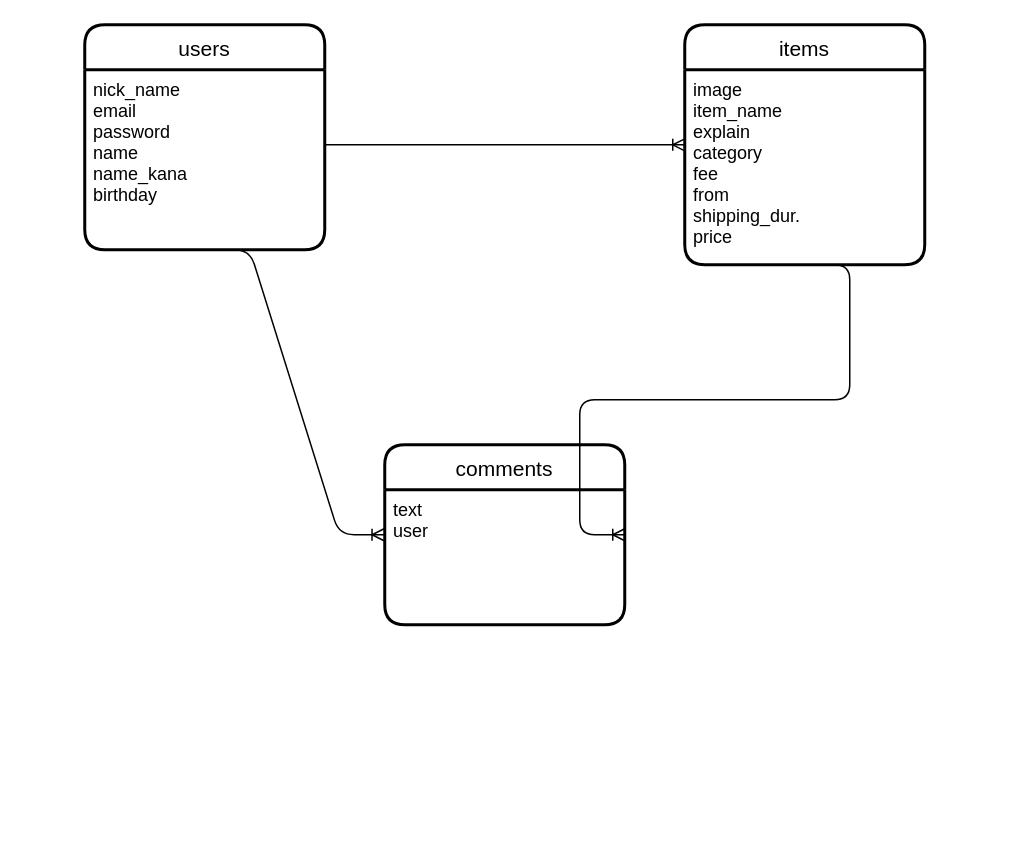
Before: ERmap.drawio in MITSURUYAMAZAKI/furima-33064, a draw.io diagram. Source tidied: cells renumbered, new cells numbered last; positions are measured from the earlier drawing's top-left corner, leaving out a move shared by most shapes. Both pictures are drawn from the tidied source at 150%, with x=0, y=0 at pixel (84, 24).
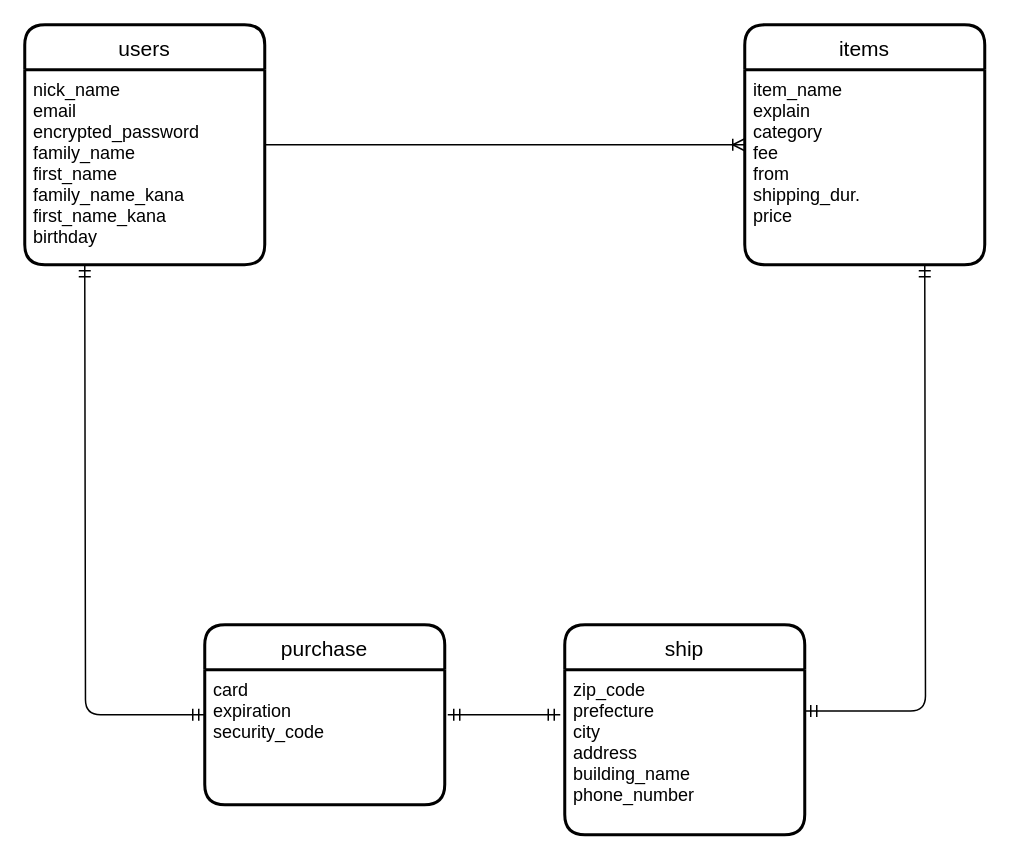
The same diagram, later.

Commit message (it also covers changes not shown here):
データーベース修正

Diff of the diagram source:
```diff
@@
 <mxGraphModel>
   <root>
     <mxCell id="0" />
     <mxCell id="1" parent="0" />
     <mxCell id="2" value="users" style="swimlane;horizontal=1;startSize=30;rounded=1;fontSize=14;fontStyle=0;strokeWidth=2;shadow=0;dashed=0;align=center;fillColor=none;gradientColor=none;" parent="1" vertex="1">
-      <mxGeometry width="160" height="150" as="geometry" />
+      <mxGeometry x="-40" width="160" height="160" as="geometry" />
     </mxCell>
-    <mxCell id="3" value="nick_name&#10;email&#10;password&#10;name&#10;name_kana&#10;birthday" style="align=left;strokeColor=none;fillColor=none;spacingLeft=4;fontSize=12;verticalAlign=top;" parent="2" vertex="1">
-      <mxGeometry y="30" width="160" height="120" as="geometry" />
+    <mxCell id="3" value="nick_name&#10;email&#10;encrypted_password&#10;family_name&#10;first_name&#10;family_name_kana&#10;first_name_kana&#10;birthday" style="align=left;strokeColor=none;fillColor=none;spacingLeft=4;fontSize=12;verticalAlign=top;" parent="2" vertex="1">
+      <mxGeometry y="30" width="160" height="130" as="geometry" />
     </mxCell>
-    <mxCell id="4" style="edgeStyle=entityRelationEdgeStyle;fontSize=12;html=1;endArrow=ERoneToMany;entryX=-0.003;entryY=0.333;entryDx=0;entryDy=0;entryPerimeter=0;" parent="2" edge="1" target="6">
-      <mxGeometry relative="1" as="geometry">
-        <mxPoint x="80" y="150" as="sourcePoint" />
-      </mxGeometry>
-    </mxCell>
-    <mxCell id="5" value="comments" style="swimlane;horizontal=1;startSize=30;rounded=1;fontSize=14;fontStyle=0;strokeWidth=2;shadow=0;dashed=0;align=center;fillColor=none;gradientColor=none;" parent="1" vertex="1">
-      <mxGeometry x="200" y="280" width="160" height="120" as="geometry" />
-    </mxCell>
-    <mxCell id="6" value="text&#10;user" style="align=left;strokeColor=none;fillColor=none;spacingLeft=4;fontSize=12;verticalAlign=top;" parent="5" vertex="1">
-      <mxGeometry y="30" width="160" height="90" as="geometry" />
-    </mxCell>
     <mxCell id="7" value="items" style="swimlane;horizontal=1;startSize=30;rounded=1;fontSize=14;fontStyle=0;strokeWidth=2;shadow=0;dashed=0;align=center;fillColor=none;gradientColor=none;" parent="1" vertex="1">
-      <mxGeometry x="400" width="160" height="160" as="geometry" />
+      <mxGeometry x="440" width="160" height="160" as="geometry" />
     </mxCell>
-    <mxCell id="8" value="image&#10;item_name&#10;explain&#10;category&#10;fee&#10;from&#10;shipping_dur.&#10;price" style="align=left;strokeColor=none;fillColor=none;spacingLeft=4;fontSize=12;verticalAlign=top;" parent="7" vertex="1">
+    <mxCell id="8" value="item_name&#10;explain&#10;category&#10;fee&#10;from&#10;shipping_dur.&#10;price" style="align=left;strokeColor=none;fillColor=none;spacingLeft=4;fontSize=12;verticalAlign=top;" parent="7" vertex="1">
       <mxGeometry y="30" width="160" height="130" as="geometry" />
     </mxCell>
-    <mxCell id="9" style="edgeStyle=entityRelationEdgeStyle;fontSize=12;html=1;endArrow=ERoneToMany;entryX=0;entryY=0.385;entryDx=0;entryDy=0;entryPerimeter=0;" parent="1" edge="1" target="8">
-      <mxGeometry relative="1" as="geometry">
-        <mxPoint x="160" y="80" as="sourcePoint" />
-      </mxGeometry>
-    </mxCell>
-    <mxCell id="10" style="edgeStyle=entityRelationEdgeStyle;fontSize=12;html=1;endArrow=ERoneToMany;exitX=0.5;exitY=1;exitDx=0;exitDy=0;" parent="1" edge="1" source="8">
-      <mxGeometry relative="1" as="geometry">
-        <mxPoint x="360" y="340" as="targetPoint" />
-      </mxGeometry>
-    </mxCell>
+    <mxCell id="11" value="purchase" style="swimlane;horizontal=1;startSize=30;rounded=1;fontSize=14;fontStyle=0;strokeWidth=2;shadow=0;dashed=0;align=center;" parent="1" vertex="1">
+      <mxGeometry x="80" y="400" width="160" height="120" as="geometry" />
+    </mxCell>
+    <mxCell id="12" value="card&#10;expiration&#10;security_code" style="align=left;strokeColor=none;fillColor=none;spacingLeft=4;fontSize=12;verticalAlign=top;" parent="11" vertex="1">
+      <mxGeometry y="30" width="160" height="90" as="geometry" />
+    </mxCell>
+    <mxCell id="13" value="ship" style="swimlane;horizontal=1;startSize=30;rounded=1;fontSize=14;fontStyle=0;strokeWidth=2;shadow=0;dashed=0;align=center;" parent="1" vertex="1">
+      <mxGeometry x="320" y="400" width="160" height="140" as="geometry" />
+    </mxCell>
+    <mxCell id="14" value="zip_code&#10;prefecture&#10;city&#10;address&#10;building_name&#10;phone_number" style="align=left;strokeColor=none;fillColor=none;spacingLeft=4;fontSize=12;verticalAlign=top;" parent="13" vertex="1">
+      <mxGeometry y="30" width="160" height="110" as="geometry" />
+    </mxCell>
+    <mxCell id="15" style="edgeStyle=entityRelationEdgeStyle;fontSize=12;html=1;endArrow=ERoneToMany;entryX=0;entryY=0.5;entryDx=0;entryDy=0;" parent="1" edge="1" target="7">
+      <mxGeometry relative="1" as="geometry">
+        <mxPoint x="120" y="80" as="sourcePoint" />
+      </mxGeometry>
+    </mxCell>
+    <mxCell id="16" style="edgeStyle=entityRelationEdgeStyle;fontSize=12;html=1;endArrow=ERmandOne;startArrow=ERmandOne;" parent="1" edge="1">
+      <mxGeometry relative="1" as="geometry">
+        <mxPoint x="242" y="460" as="sourcePoint" />
+        <mxPoint x="317" y="460" as="targetPoint" />
+      </mxGeometry>
+    </mxCell>
+    <mxCell id="17" style="edgeStyle=orthogonalEdgeStyle;fontSize=12;html=1;endArrow=ERmandOne;startArrow=ERmandOne;exitX=0;exitY=0.5;exitDx=0;exitDy=0;" parent="1" edge="1" source="11">
+      <mxGeometry relative="1" as="geometry">
+        <mxPoint y="160" as="targetPoint" />
+      </mxGeometry>
+    </mxCell>
+    <mxCell id="18" style="edgeStyle=orthogonalEdgeStyle;fontSize=12;html=1;endArrow=ERmandOne;startArrow=ERmandOne;exitX=1;exitY=0.25;exitDx=0;exitDy=0;" parent="1" edge="1" source="14">
+      <mxGeometry relative="1" as="geometry">
+        <mxPoint x="560" y="160" as="targetPoint" />
+      </mxGeometry>
+    </mxCell>
   </root>
 </mxGraphModel>
```
